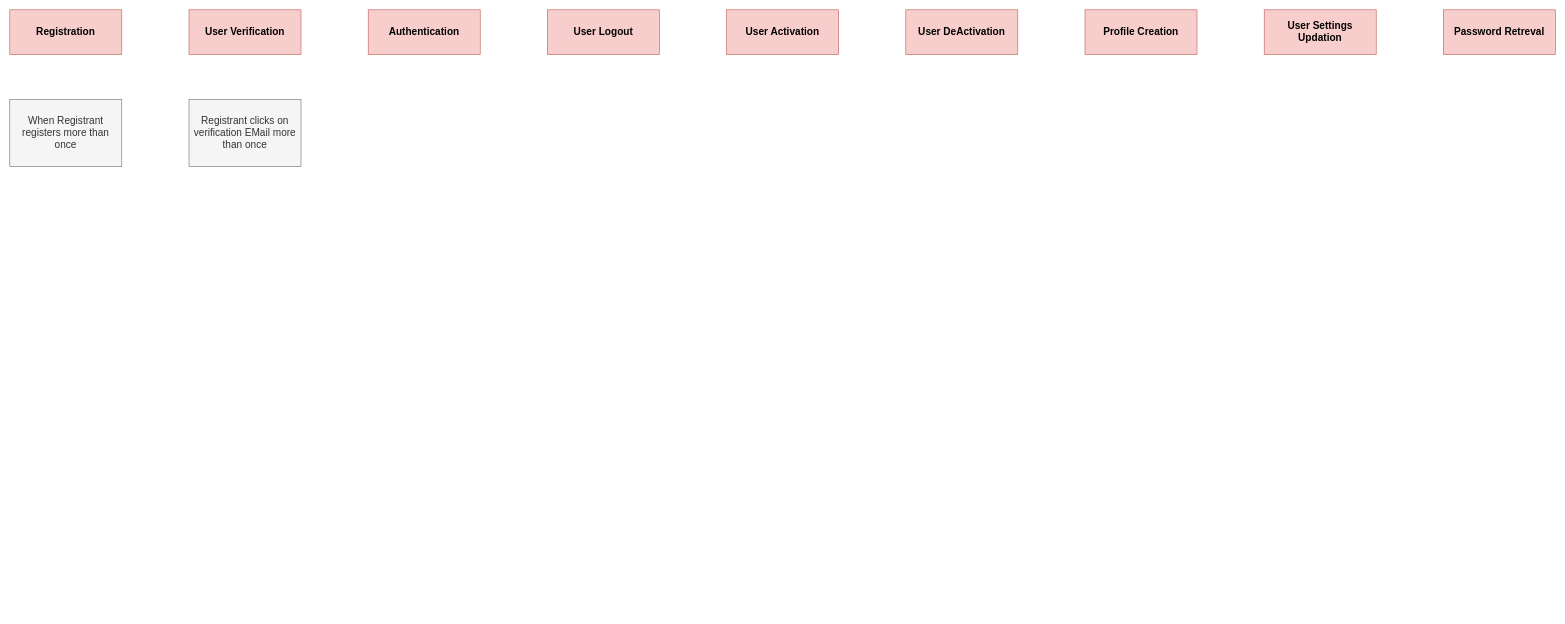
The draw.io diagram page "IdentityAccess-ExampleMapping" (7 of 7) of design/EventStorming.drawio in codefinity/oeuvre, before the edit. Source tidied: cells renumbered, new cells numbered last; positions are measured from the earlier drawing's top-left corner, leaving out a move shared by most shapes. Both pictures are drawn from the tidied source at 56%, with x=0, y=0 at pixel (10, 10).
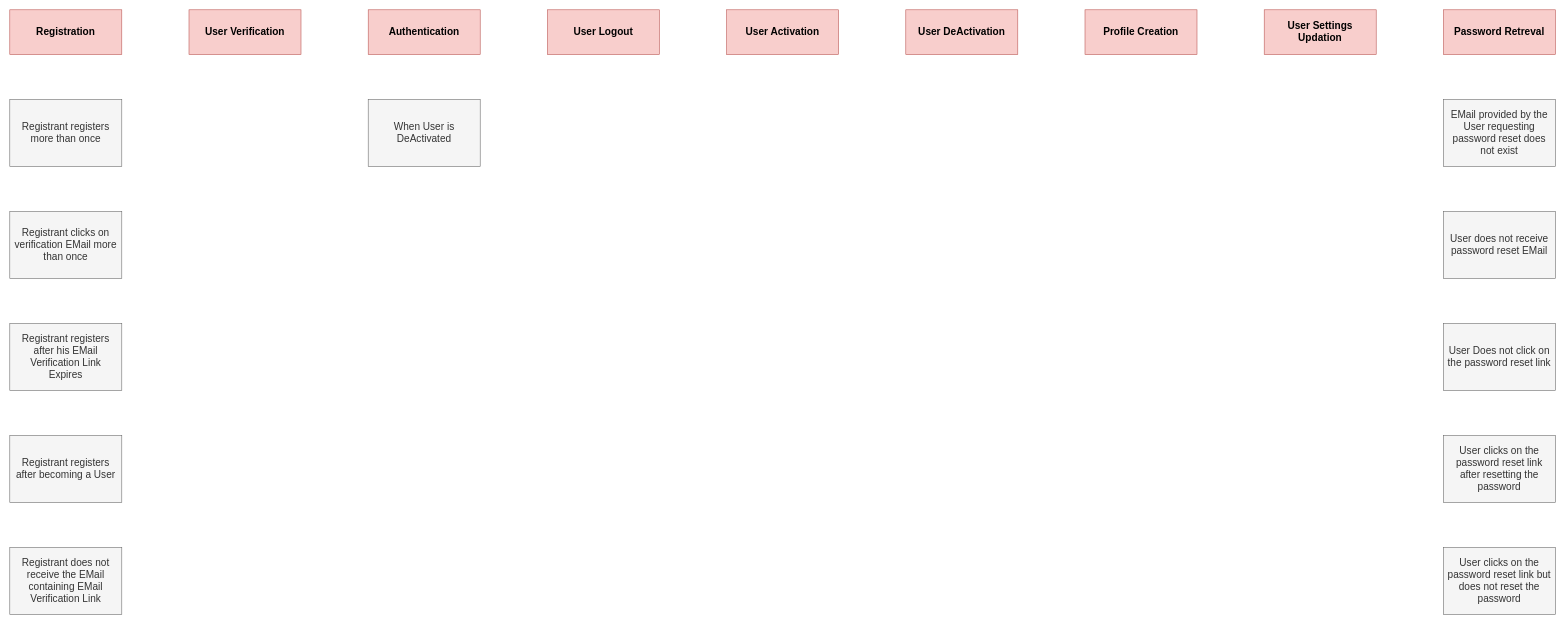
After the change.

What changed in the source:
```diff
@@
-    <mxCell id="10" value="When Registrant registers more than once" style="rounded=0;whiteSpace=wrap;html=1;fontSize=18;fillColor=#f5f5f5;strokeColor=#666666;fontColor=#333333;" parent="1" vertex="1">
+    <mxCell id="10" value="Registrant registers more than once" style="rounded=0;whiteSpace=wrap;html=1;fontSize=18;fillColor=#f5f5f5;strokeColor=#666666;fontColor=#333333;" parent="1" vertex="1">
       <mxGeometry y="160" width="200" height="120" as="geometry" />
     </mxCell>
@@
     <mxCell id="12" value="Registrant clicks on verification EMail more than once" style="rounded=0;whiteSpace=wrap;html=1;fontSize=18;fillColor=#f5f5f5;strokeColor=#666666;fontColor=#333333;" parent="1" vertex="1">
-      <mxGeometry x="320" y="160" width="200" height="120" as="geometry" />
+      <mxGeometry y="360" width="200" height="120" as="geometry" />
     </mxCell>
+    <mxCell id="13" value="Registrant registers after becoming a User" style="rounded=0;whiteSpace=wrap;html=1;fontSize=18;fillColor=#f5f5f5;strokeColor=#666666;fontColor=#333333;spacing=6;" parent="1" vertex="1">
+      <mxGeometry y="760" width="200" height="120" as="geometry" />
+    </mxCell>
+    <mxCell id="14" value="Registrant registers after his EMail Verification Link Expires" style="rounded=0;whiteSpace=wrap;html=1;fontSize=18;fillColor=#f5f5f5;strokeColor=#666666;fontColor=#333333;spacing=6;" parent="1" vertex="1">
+      <mxGeometry y="560" width="200" height="120" as="geometry" />
+    </mxCell>
+    <mxCell id="15" value="Registrant does not receive the EMail containing EMail Verification Link" style="rounded=0;whiteSpace=wrap;html=1;fontSize=18;fillColor=#f5f5f5;strokeColor=#666666;fontColor=#333333;spacing=6;" parent="1" vertex="1">
+      <mxGeometry y="960" width="200" height="120" as="geometry" />
+    </mxCell>
+    <mxCell id="16" value="When User is DeActivated" style="rounded=0;whiteSpace=wrap;html=1;fontSize=18;fillColor=#f5f5f5;strokeColor=#666666;fontColor=#333333;" parent="1" vertex="1">
+      <mxGeometry x="640" y="160" width="200" height="120" as="geometry" />
+    </mxCell>
+    <mxCell id="17" value="EMail provided by the User requesting password reset does not exist" style="rounded=0;whiteSpace=wrap;html=1;fontSize=18;fillColor=#f5f5f5;strokeColor=#666666;fontColor=#333333;spacing=6;" parent="1" vertex="1">
+      <mxGeometry x="2560" y="160" width="200" height="120" as="geometry" />
+    </mxCell>
+    <mxCell id="18" value="User does not receive password reset EMail" style="rounded=0;whiteSpace=wrap;html=1;fontSize=18;fillColor=#f5f5f5;strokeColor=#666666;fontColor=#333333;spacing=6;" parent="1" vertex="1">
+      <mxGeometry x="2560" y="360" width="200" height="120" as="geometry" />
+    </mxCell>
+    <mxCell id="19" value="User Does not click on the password reset link" style="rounded=0;whiteSpace=wrap;html=1;fontSize=18;fillColor=#f5f5f5;strokeColor=#666666;fontColor=#333333;spacing=6;" parent="1" vertex="1">
+      <mxGeometry x="2560" y="560" width="200" height="120" as="geometry" />
+    </mxCell>
+    <mxCell id="20" value="User clicks on the password reset link after resetting the password" style="rounded=0;whiteSpace=wrap;html=1;fontSize=18;fillColor=#f5f5f5;strokeColor=#666666;fontColor=#333333;spacing=6;" parent="1" vertex="1">
+      <mxGeometry x="2560" y="760" width="200" height="120" as="geometry" />
+    </mxCell>
+    <mxCell id="21" value="User clicks on the password reset link but does not reset the password" style="rounded=0;whiteSpace=wrap;html=1;fontSize=18;fillColor=#f5f5f5;strokeColor=#666666;fontColor=#333333;spacing=6;" parent="1" vertex="1">
+      <mxGeometry x="2560" y="960" width="200" height="120" as="geometry" />
+    </mxCell>
```
